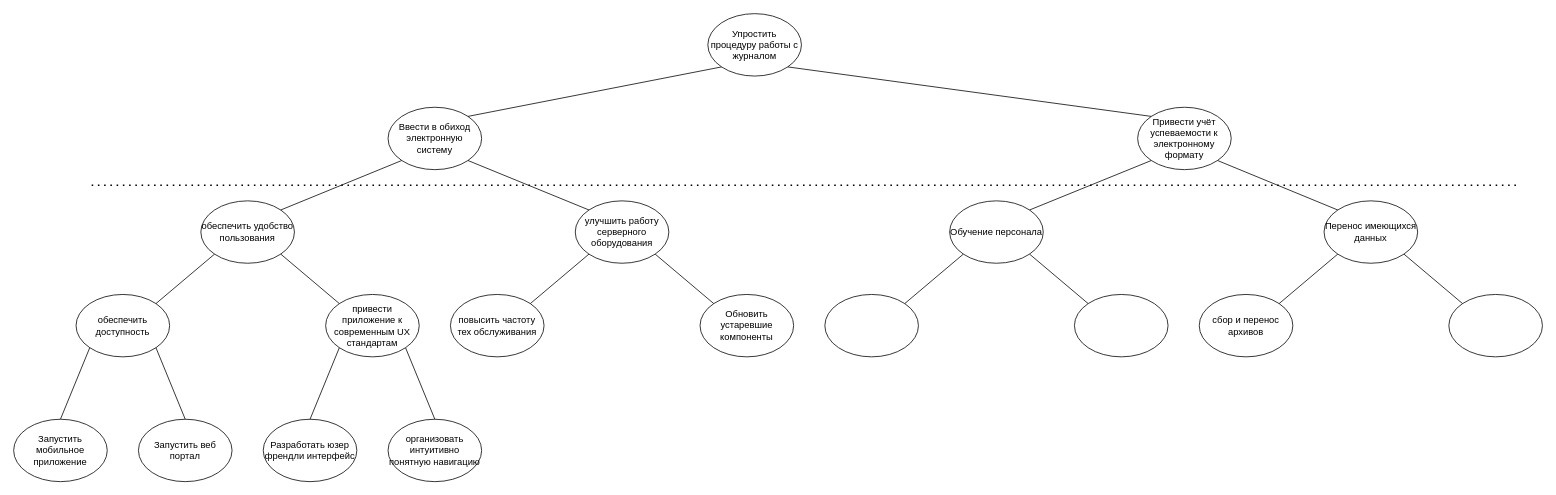
Above: derevo.drawio in Deopster/Mirea (draw.io), before the change. Source tidied: cells renumbered, new cells numbered last; positions are measured from the earlier drawing's top-left corner, leaving out a move shared by most shapes. Both pictures are drawn from the tidied source at 78%, with x=0, y=0 at pixel (13, 13).
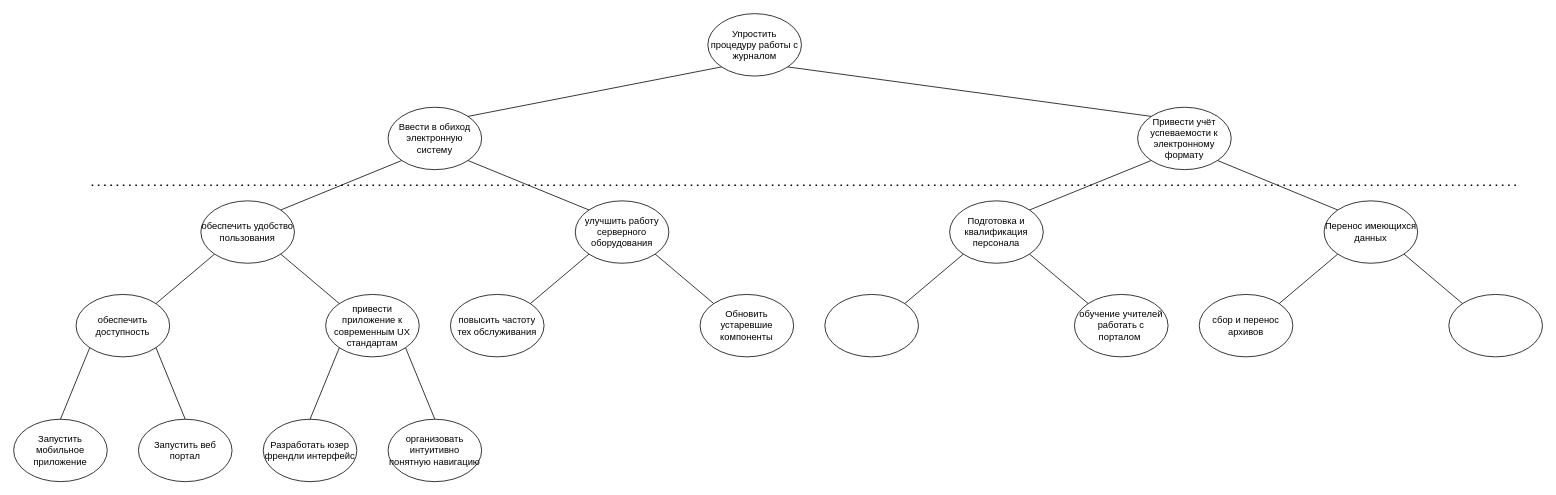
After the change.

Change to the diagram source:
```diff
@@
-    <mxCell id="26" value="Обучение персонала" style="ellipse;whiteSpace=wrap;html=1;" parent="1" vertex="1">
+    <mxCell id="26" value="Подготовка и квалификация персонала" style="ellipse;whiteSpace=wrap;html=1;" parent="1" vertex="1">
       <mxGeometry x="1200" y="240" width="120" height="80" as="geometry" />
     </mxCell>
@@
-    <mxCell id="31" style="ellipse;whiteSpace=wrap;html=1;" parent="1" vertex="1">
+    <mxCell id="31" value="обучение учителей работать с порталом&amp;nbsp;" style="ellipse;whiteSpace=wrap;html=1;" parent="1" vertex="1">
       <mxGeometry x="1360" y="360" width="120" height="80" as="geometry" />
     </mxCell>
```
